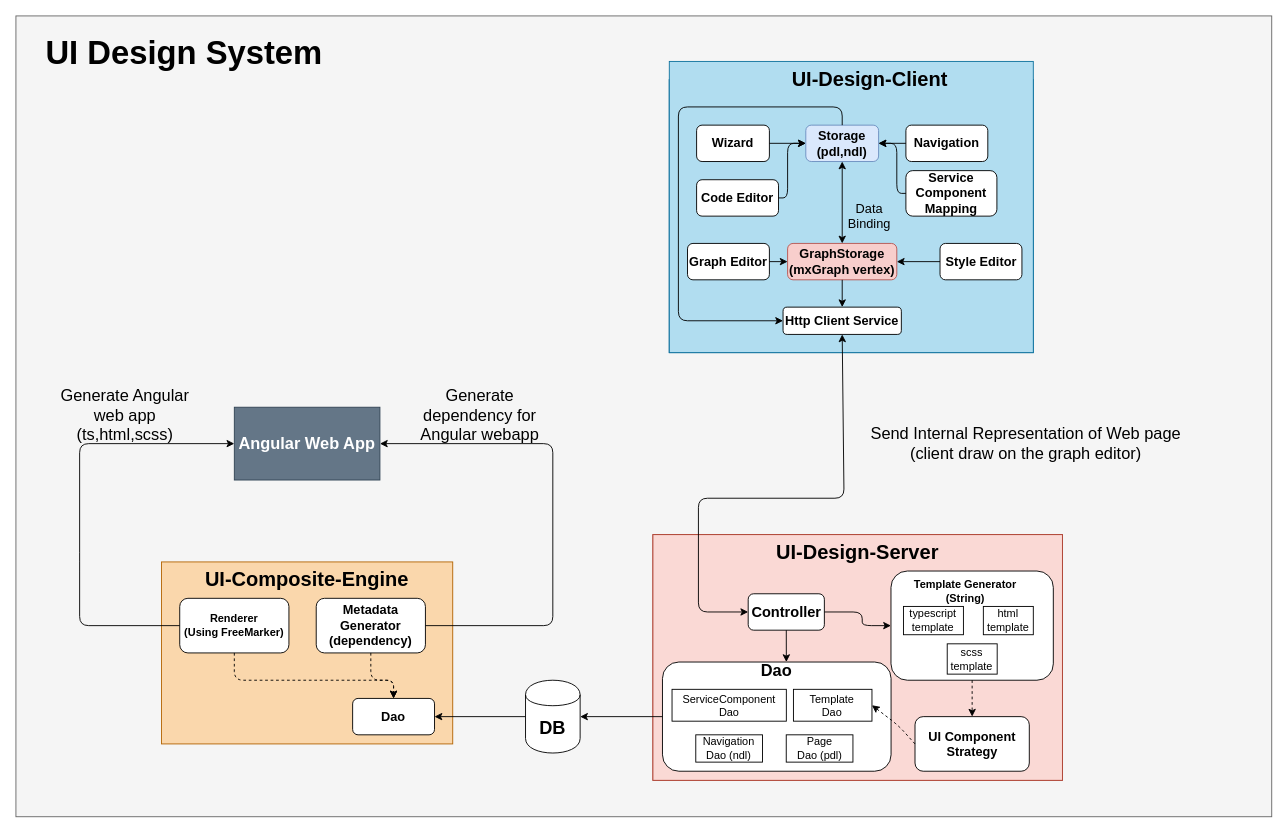
This is src/design/SystemArchitecture/UI-Team.drawio from MingHsuan0313/UI-Design-Client, a draw.io file, before an edit. Source tidied: cells renumbered, new cells numbered last; positions are measured from the earlier drawing's top-left corner, leaving out a move shared by most shapes. Both pictures are drawn from the tidied source at 91%, with x=0, y=0 at pixel (15, 15).
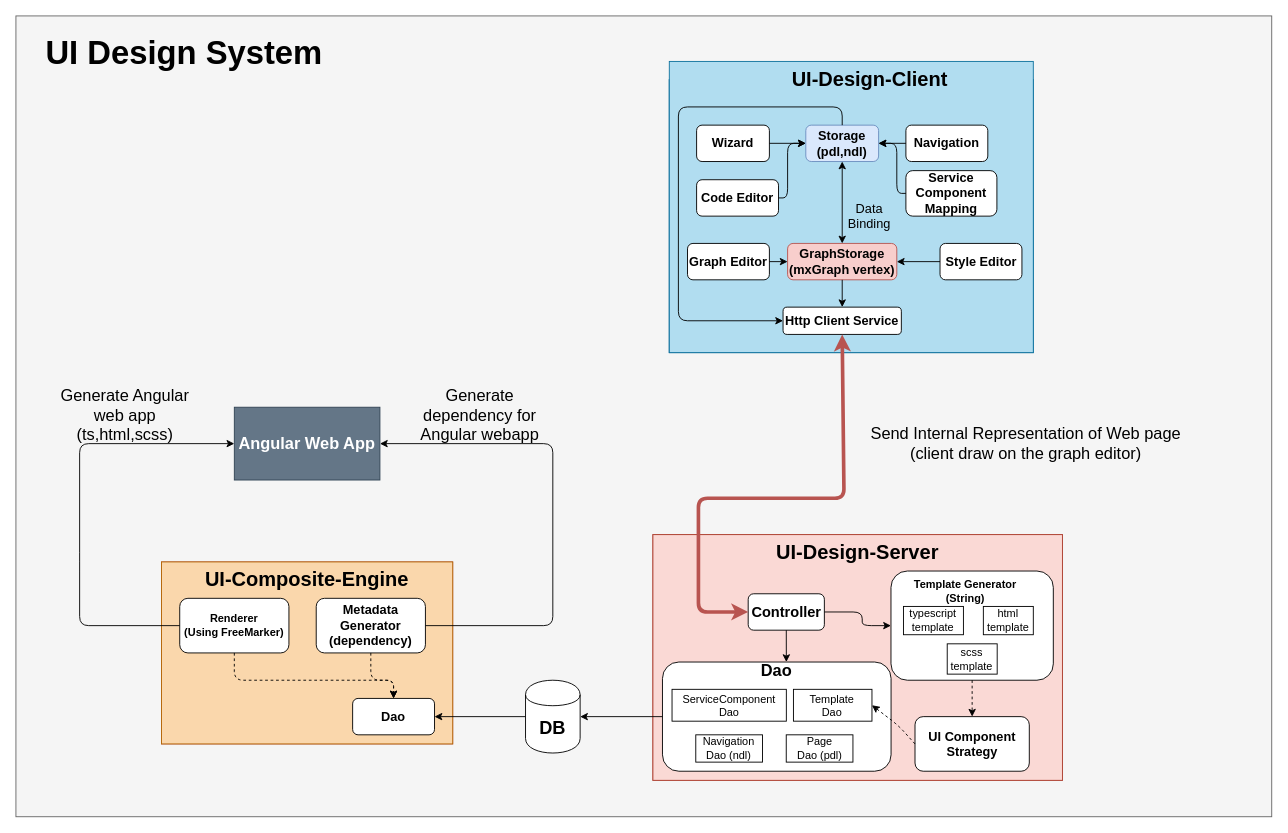
The same diagram, later.

Unchanged cells that the change refers to:
```xml
<mxCell id="22" value="&lt;font style=&quot;font-size: 14px&quot;&gt;&lt;b&gt;Http Client Service&lt;/b&gt;&lt;/font&gt;" style="rounded=1;whiteSpace=wrap;html=1;" parent="4" vertex="1">
  <mxGeometry x="125" y="250" width="130" height="30" as="geometry" />
</mxCell>
<mxCell id="29" value="&lt;b&gt;&lt;font style=&quot;font-size: 16px&quot;&gt;Controller&lt;/font&gt;&lt;/b&gt;" style="rounded=1;whiteSpace=wrap;html=1;" parent="26" vertex="1">
  <mxGeometry x="104.7" y="65" width="83.7" height="40" as="geometry" />
</mxCell>
```

Change to the diagram source:
```diff
@@
-    <mxCell id="48" style="endArrow=classic;html=1;exitX=0.5;exitY=1;exitDx=0;exitDy=0;entryX=0;entryY=0.5;entryDx=0;entryDy=0;startArrow=classic;startFill=1;" parent="1" edge="1" source="22" target="29">
+    <mxCell id="48" style="endArrow=classic;html=1;exitX=0.5;exitY=1;exitDx=0;exitDy=0;entryX=0;entryY=0.5;entryDx=0;entryDy=0;startArrow=classic;startFill=1;fillColor=#f8cecc;strokeColor=#b85450;strokeWidth=4;" parent="1" edge="1" source="22" target="29">
       <mxGeometry relative="1" as="geometry">
         <Array as="points">
           <mxPoint x="910" y="530" />
           <mxPoint x="750" y="530" />
           <mxPoint x="750" y="655" />
         </Array>
       </mxGeometry>
     </mxCell>
@@
-    <mxCell id="52" style="group;" parent="1" vertex="1">
+    <mxCell id="52" style="group;fillColor=#f8cecc;strokeColor=#b85450;" parent="1" vertex="1">
       <mxGeometry x="160" y="600" width="320" height="200" as="geometry" />
     </mxCell>
```
